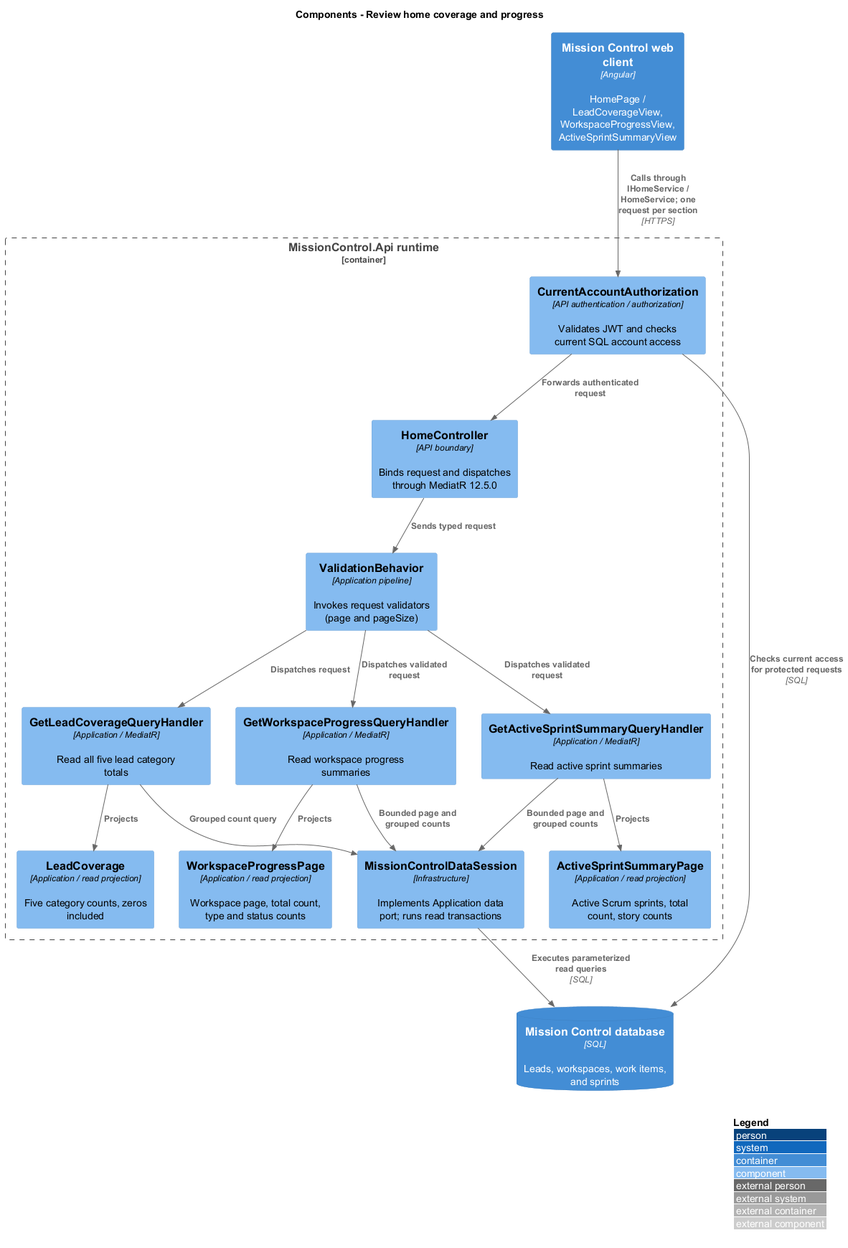
This is docs/detailed-designs/workspace/review-home/diagrams/c4-component.png from QuinntyneBrown/mission-control, a PlantUML export, as it was before one commit.
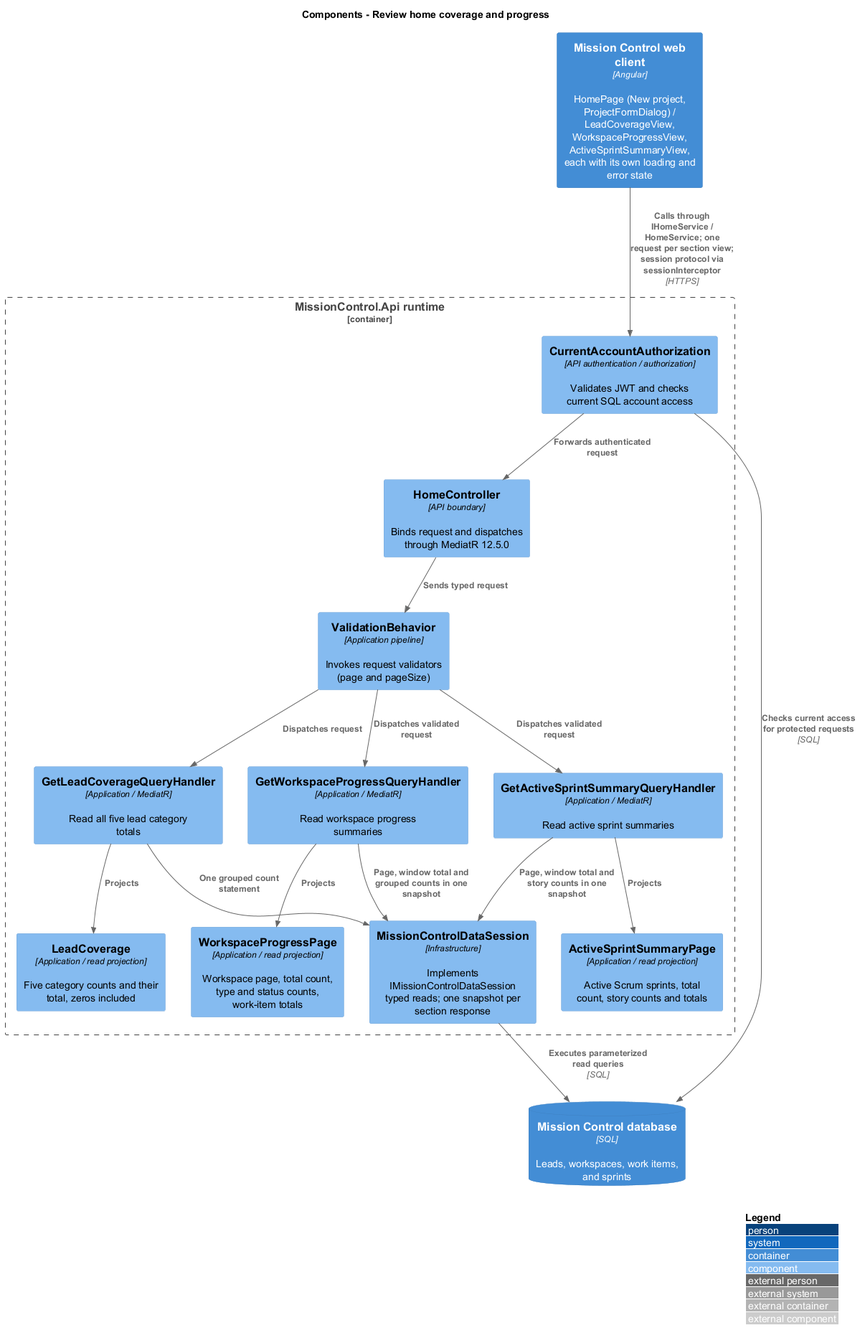
The same diagram one commit later.

Change to the diagram source:
```diff
@@ -2,32 +2,32 @@
 !include <C4/C4_Component>
 LAYOUT_WITH_LEGEND()
 title Components - Review home coverage and progress
-Container(web, "Mission Control web client", "Angular", "HomePage / LeadCoverageView, WorkspaceProgressView, ActiveSprintSummaryView")
+Container(web, "Mission Control web client", "Angular", "HomePage (New project, ProjectFormDialog) / LeadCoverageView, WorkspaceProgressView, ActiveSprintSummaryView, each with its own loading and error state")
 ContainerDb(db, "Mission Control database", "SQL", "Leads, workspaces, work items, and sprints")
 Container_Boundary(api, "MissionControl.Api runtime") {
   Component(ctrl, "HomeController", "API boundary", "Binds request and dispatches through MediatR 12.5.0")
   Component(access, "CurrentAccountAuthorization", "API authentication / authorization", "Validates JWT and checks current SQL account access")
   Component(validation, "ValidationBehavior", "Application pipeline", "Invokes request validators (page and pageSize)")
-  Component(store, "MissionControlDataSession", "Infrastructure", "Implements Application data port; runs read transactions")
-Rel(web, access, "Calls through IHomeService / HomeService; one request per section", "HTTPS")
+  Component(store, "MissionControlDataSession", "Infrastructure", "Implements IMissionControlDataSession typed reads; one snapshot per section response")
+Rel(web, access, "Calls through IHomeService / HomeService; one request per section view; session protocol via sessionInterceptor", "HTTPS")
 Rel(access, db, "Checks current access for protected requests", "SQL")
 Rel(access, ctrl, "Forwards authenticated request")
 Rel(ctrl, validation, "Sends typed request")
 Component(h0, "GetLeadCoverageQueryHandler", "Application / MediatR", "Read all five lead category totals")
-Component(p0, "LeadCoverage", "Application / read projection", "Five category counts, zeros included")
+Component(p0, "LeadCoverage", "Application / read projection", "Five category counts and their total, zeros included")
 Rel(validation, h0, "Dispatches request")
 Rel(h0, p0, "Projects")
-Rel(h0, store, "Grouped count query")
+Rel(h0, store, "One grouped count statement")
 Component(h1, "GetWorkspaceProgressQueryHandler", "Application / MediatR", "Read workspace progress summaries")
-Component(p1, "WorkspaceProgressPage", "Application / read projection", "Workspace page, total count, type and status counts")
+Component(p1, "WorkspaceProgressPage", "Application / read projection", "Workspace page, total count, type and status counts, work-item totals")
 Rel(validation, h1, "Dispatches validated request")
 Rel(h1, p1, "Projects")
-Rel(h1, store, "Bounded page and grouped counts")
+Rel(h1, store, "Page, window total and grouped counts in one snapshot")
 Component(h2, "GetActiveSprintSummaryQueryHandler", "Application / MediatR", "Read active sprint summaries")
-Component(p2, "ActiveSprintSummaryPage", "Application / read projection", "Active Scrum sprints, total count, story counts")
+Component(p2, "ActiveSprintSummaryPage", "Application / read projection", "Active Scrum sprints, total count, story counts and totals")
 Rel(validation, h2, "Dispatches validated request")
 Rel(h2, p2, "Projects")
-Rel(h2, store, "Bounded page and grouped counts")
+Rel(h2, store, "Page, window total and story counts in one snapshot")
 }
 Rel(store, db, "Executes parameterized read queries", "SQL")
 @enduml
```
